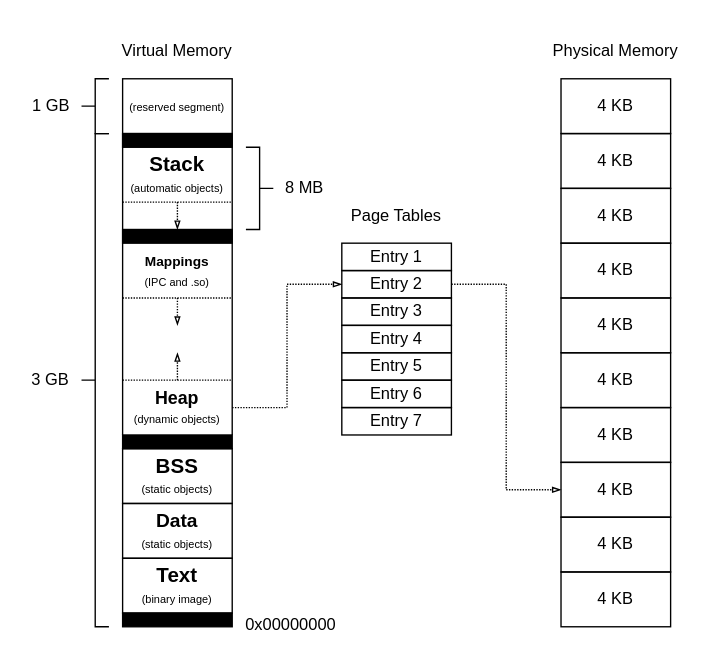
Before: projects/examples/source/09.17.drawio in i-s-m-mipt/Education, a draw.io diagram. Source tidied: cells renumbered, new cells numbered last; positions are measured from the earlier drawing's top-left corner, leaving out a move shared by most shapes. Both pictures are drawn from the tidied source at 137%, with x=0, y=0 at pixel (23, 23).
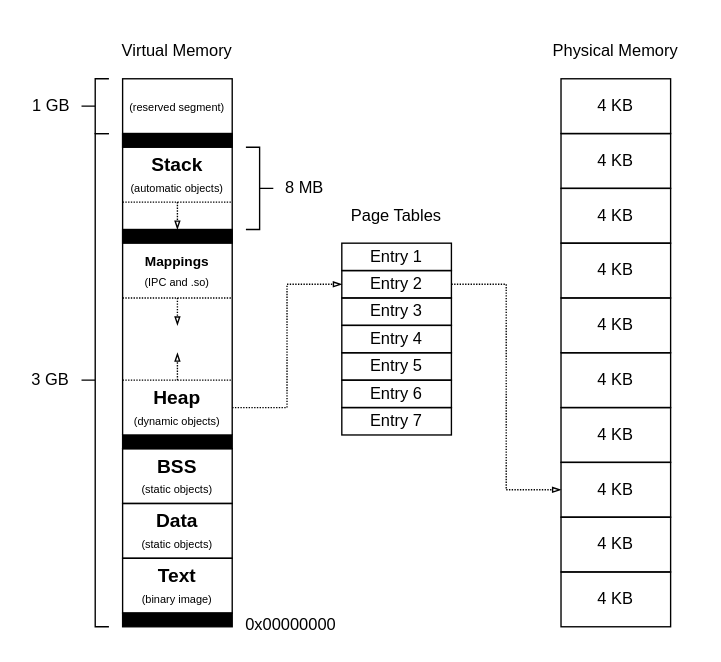
The same page after the edit.

Commit message (it also covers changes not shown here):
Доработан пример 09.17.

Change to the diagram source:
```diff
@@
-    <mxCell id="2" value="&lt;b style=&quot;&quot;&gt;&lt;font style=&quot;font-size: 13px;&quot;&gt;Heap&lt;/font&gt;&lt;/b&gt;&lt;div&gt;&lt;font style=&quot;font-size: 8px;&quot;&gt;(dynamic objects)&lt;/font&gt;&lt;/div&gt;" style="rounded=0;whiteSpace=wrap;html=1;strokeColor=none;fillColor=none;fontFamily=Helvetica;" parent="1" vertex="1">
+    <mxCell id="2" value="&lt;b style=&quot;&quot;&gt;&lt;font style=&quot;font-size: 14px;&quot;&gt;Heap&lt;/font&gt;&lt;/b&gt;&lt;div&gt;&lt;font style=&quot;font-size: 8px;&quot;&gt;(dynamic objects)&lt;/font&gt;&lt;/div&gt;" style="rounded=0;whiteSpace=wrap;html=1;strokeColor=none;fillColor=none;fontFamily=Helvetica;" parent="1" vertex="1">
       <mxGeometry x="72" y="260" width="80" height="40" as="geometry" />
     </mxCell>
@@
-    <mxCell id="4" value="&lt;b style=&quot;&quot;&gt;&lt;font style=&quot;font-size: 15px;&quot;&gt;Stack&lt;/font&gt;&lt;/b&gt;&lt;div&gt;&lt;font style=&quot;font-size: 8px;&quot;&gt;(automatic objects)&lt;/font&gt;&lt;/div&gt;" style="rounded=0;whiteSpace=wrap;html=1;strokeColor=none;fillColor=none;fontFamily=Helvetica;" parent="1" vertex="1">
+    <mxCell id="4" value="&lt;b style=&quot;&quot;&gt;&lt;font style=&quot;font-size: 14px;&quot;&gt;Stack&lt;/font&gt;&lt;/b&gt;&lt;div&gt;&lt;font style=&quot;font-size: 8px;&quot;&gt;(automatic objects)&lt;/font&gt;&lt;/div&gt;" style="rounded=0;whiteSpace=wrap;html=1;strokeColor=none;fillColor=none;fontFamily=Helvetica;" parent="1" vertex="1">
       <mxGeometry x="72" y="90" width="80" height="40" as="geometry" />
     </mxCell>
@@
-    <mxCell id="7" value="&lt;b style=&quot;&quot;&gt;&lt;font style=&quot;font-size: 15px;&quot;&gt;Text&lt;/font&gt;&lt;/b&gt;&lt;div&gt;&lt;font style=&quot;font-size: 8px;&quot;&gt;(binary image)&lt;/font&gt;&lt;/div&gt;" style="rounded=0;whiteSpace=wrap;html=1;strokeColor=default;fillColor=none;fontFamily=Helvetica;" parent="1" vertex="1">
+    <mxCell id="7" value="&lt;b style=&quot;&quot;&gt;&lt;font style=&quot;font-size: 14px;&quot;&gt;Text&lt;/font&gt;&lt;/b&gt;&lt;div&gt;&lt;font style=&quot;font-size: 8px;&quot;&gt;(binary image)&lt;/font&gt;&lt;/div&gt;" style="rounded=0;whiteSpace=wrap;html=1;strokeColor=default;fillColor=none;fontFamily=Helvetica;" parent="1" vertex="1">
       <mxGeometry x="72" y="390" width="80" height="40" as="geometry" />
     </mxCell>
@@
-    <mxCell id="27" value="&lt;b style=&quot;&quot;&gt;&lt;font style=&quot;font-size: 15px;&quot;&gt;BSS&lt;/font&gt;&lt;/b&gt;&lt;div&gt;&lt;font style=&quot;font-size: 8px;&quot;&gt;(static objects)&lt;/font&gt;&lt;/div&gt;" style="rounded=0;whiteSpace=wrap;html=1;strokeColor=default;fillColor=none;fontFamily=Helvetica;" parent="1" vertex="1">
+    <mxCell id="27" value="&lt;b style=&quot;&quot;&gt;&lt;font style=&quot;font-size: 14px;&quot;&gt;BSS&lt;/font&gt;&lt;/b&gt;&lt;div&gt;&lt;font style=&quot;font-size: 8px;&quot;&gt;(static objects)&lt;/font&gt;&lt;/div&gt;" style="rounded=0;whiteSpace=wrap;html=1;strokeColor=default;fillColor=none;fontFamily=Helvetica;" parent="1" vertex="1">
       <mxGeometry x="72" y="310" width="80" height="40" as="geometry" />
     </mxCell>
```
